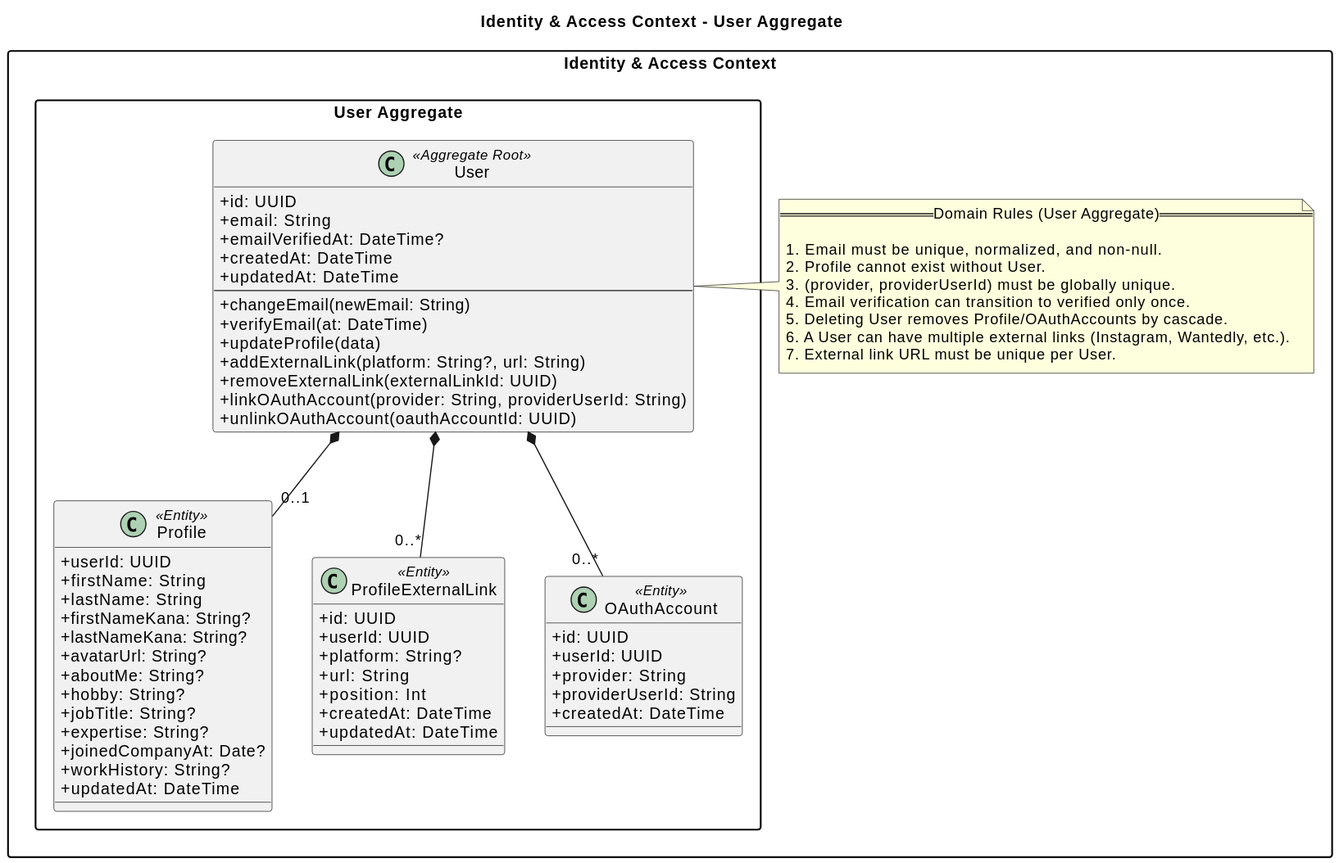
Bonbooon/teamdev-2026 keeps this PlantUML diagram as docs/generated-diagrams/domain-models/user-aggregate.svg. Above is the earlier version. Its diagram source:
```plantuml
@startuml
title Identity & Access Context - User Aggregate

skinparam packageStyle rectangle
skinparam shadowing false
skinparam classAttributeIconSize 0

package "Identity & Access Context" {

  package "User Aggregate" {

    class User <<Aggregate Root>> {
      +id: UUID
      +email: String
      +emailVerifiedAt: DateTime?
      +createdAt: DateTime
      +updatedAt: DateTime
      --
      +changeEmail(newEmail: String)
      +verifyEmail(at: DateTime)
      +updateProfile(data)
      +addExternalLink(platform: String?, url: String)
      +removeExternalLink(externalLinkId: UUID)
      +linkOAuthAccount(provider: String, providerUserId: String)
      +unlinkOAuthAccount(oauthAccountId: UUID)
    }

    class Profile <<Entity>> {
      +userId: UUID
      +firstName: String
      +lastName: String
      +firstNameKana: String?
      +lastNameKana: String?
      +avatarUrl: String?
      +aboutMe: String?
      +hobby: String?
      +jobTitle: String?
      +expertise: String?
      +joinedCompanyAt: Date?
      +workHistory: String?
      +updatedAt: DateTime
    }

    class ProfileExternalLink <<Entity>> {
      +id: UUID
      +userId: UUID
      +platform: String?
      +url: String
      +position: Int
      +createdAt: DateTime
      +updatedAt: DateTime
    }

    class OAuthAccount <<Entity>> {
      +id: UUID
      +userId: UUID
      +provider: String
      +providerUserId: String
      +createdAt: DateTime
    }

    User *-- "0..1" Profile
    User *-- "0..*" ProfileExternalLink
    User *-- "0..*" OAuthAccount
  }

  note right of User
  == Domain Rules (User Aggregate) ==

  1. Email must be unique, normalized, and non-null.
  2. Profile cannot exist without User.
  3. (provider, providerUserId) must be globally unique.
  4. Email verification can transition to verified only once.
  5. Deleting User removes Profile/OAuthAccounts by cascade.
  6. A User can have multiple external links (Instagram, Wantedly, etc.).
  7. External link URL must be unique per User.
  end note

}
@enduml
```
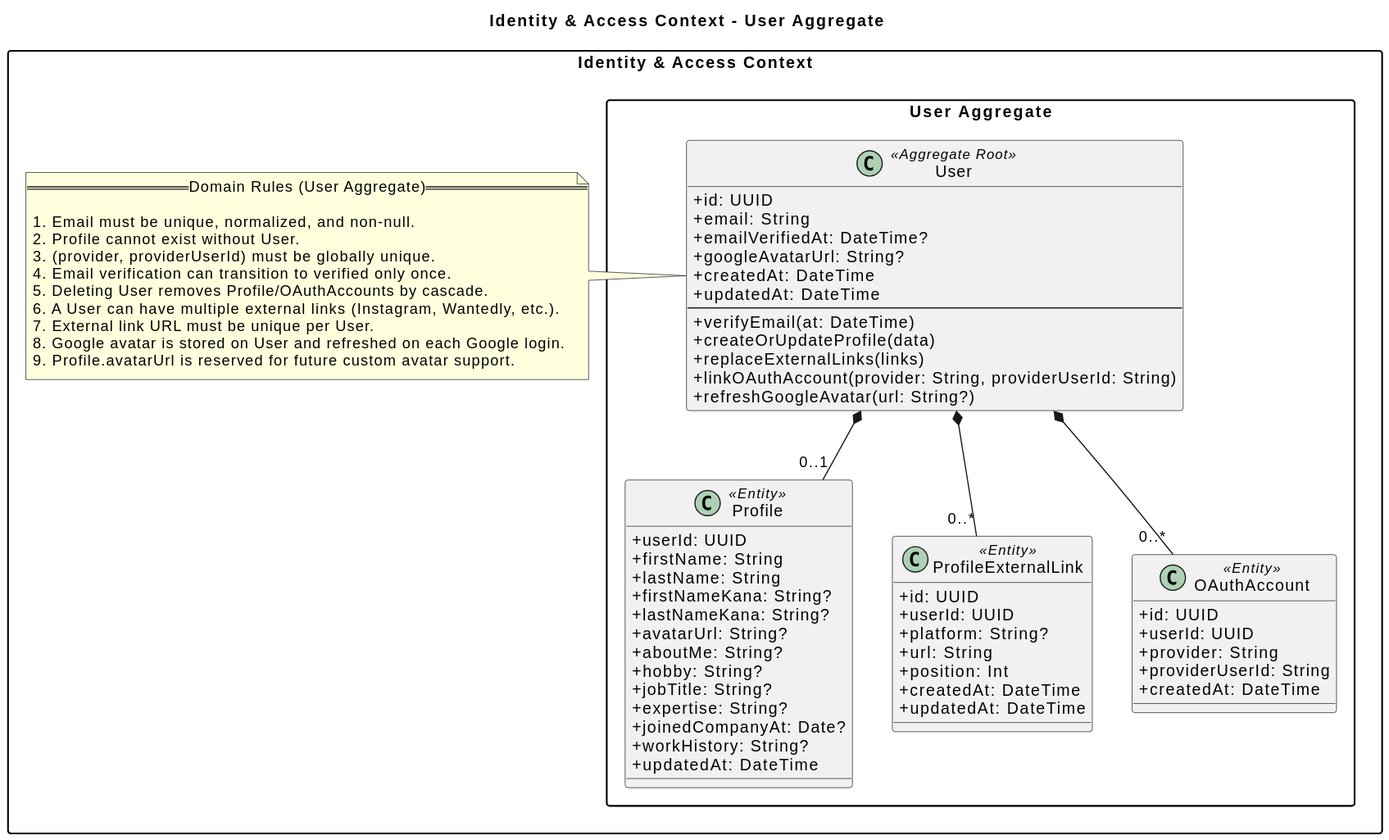
Later version of the same file.

The edit, as a diff of the source:
```diff
@@ -13,16 +13,15 @@
       +id: UUID
       +email: String
       +emailVerifiedAt: DateTime?
+      +googleAvatarUrl: String?
       +createdAt: DateTime
       +updatedAt: DateTime
       --
-      +changeEmail(newEmail: String)
       +verifyEmail(at: DateTime)
-      +updateProfile(data)
-      +addExternalLink(platform: String?, url: String)
-      +removeExternalLink(externalLinkId: UUID)
+      +createOrUpdateProfile(data)
+      +replaceExternalLinks(links)
       +linkOAuthAccount(provider: String, providerUserId: String)
-      +unlinkOAuthAccount(oauthAccountId: UUID)
+      +refreshGoogleAvatar(url: String?)
     }
 
     class Profile <<Entity>> {
@@ -74,6 +73,8 @@
   5. Deleting User removes Profile/OAuthAccounts by cascade.
   6. A User can have multiple external links (Instagram, Wantedly, etc.).
   7. External link URL must be unique per User.
+  8. Google avatar is stored on User and refreshed on each Google login.
+  9. Profile.avatarUrl is reserved for future custom avatar support.
   end note
 
 }
```
